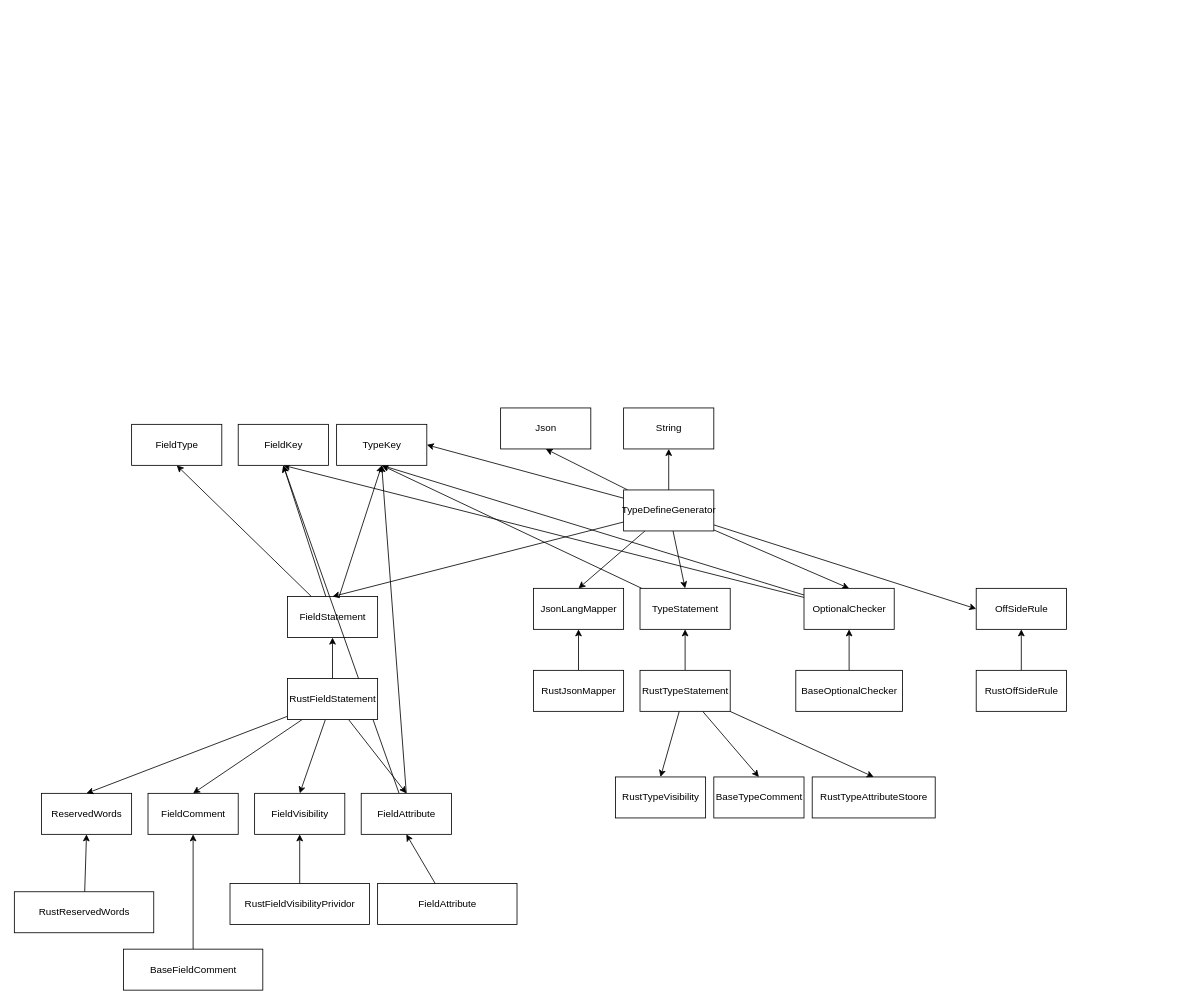
Earlier version of the draw.io diagram docs/v1_arc.dio (u-kai/type-gen). Source tidied: cells renumbered, new cells numbered last; positions are measured from the earlier drawing's top-left corner, leaving out a move shared by most shapes. Both pictures are drawn from the tidied source at 82%, with x=0, y=0 at pixel (14, 408).
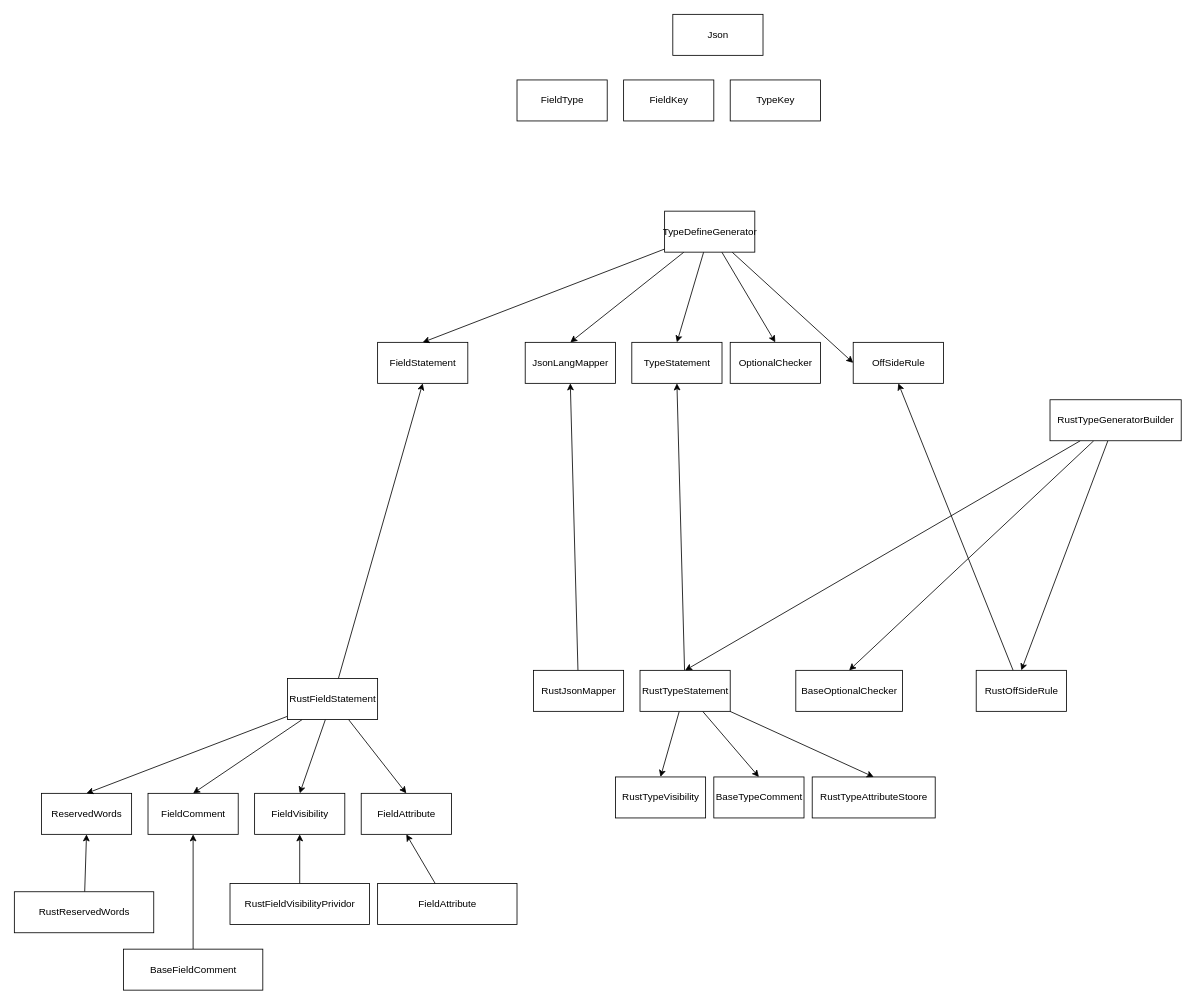
Above is the later version.

Commit message (it also covers changes not shown here):
add dio and save release v1

The change refers to these unchanged cells:
```xml
<mxCell id="8" value="FieldAttribute" style="html=1;" parent="1" vertex="1">
  <mxGeometry x="423" y="470" width="110" height="50" as="geometry" />
</mxCell>
<mxCell id="42" value="RustTypeStatement" style="html=1;" parent="1" vertex="1">
  <mxGeometry x="763" y="320" width="110" height="50" as="geometry" />
</mxCell>
<mxCell id="45" value="RustOffSideRule" style="html=1;" parent="1" vertex="1">
  <mxGeometry x="1173" y="320" width="110" height="50" as="geometry" />
</mxCell>
<mxCell id="47" value="BaseOptionalChecker" style="html=1;" parent="1" vertex="1">
  <mxGeometry x="953" y="320" width="130" height="50" as="geometry" />
</mxCell>
```

Change to the diagram source:
```diff
@@
-    <mxCell id="2" style="edgeStyle=none;html=1;entryX=0.5;entryY=1;entryDx=0;entryDy=0;" parent="1" edge="1" source="5" target="60">
-      <mxGeometry relative="1" as="geometry" />
-    </mxCell>
-    <mxCell id="3" style="edgeStyle=none;html=1;entryX=0.5;entryY=1;entryDx=0;entryDy=0;" parent="1" edge="1" source="5" target="58">
-      <mxGeometry relative="1" as="geometry" />
-    </mxCell>
-    <mxCell id="4" style="edgeStyle=none;html=1;entryX=0.5;entryY=1;entryDx=0;entryDy=0;" parent="1" edge="1" source="5" target="59">
-      <mxGeometry relative="1" as="geometry" />
-    </mxCell>
     <mxCell id="5" value="FieldStatement" style="html=1;" parent="1" vertex="1">
-      <mxGeometry x="333" y="230" width="110" height="50" as="geometry" />
+      <mxGeometry x="443" y="-80" width="110" height="50" as="geometry" />
     </mxCell>
-    <mxCell id="6" style="edgeStyle=none;html=1;entryX=0.5;entryY=1;entryDx=0;entryDy=0;exitX=0.5;exitY=0;exitDx=0;exitDy=0;" parent="1" edge="1" source="8" target="60">
-      <mxGeometry relative="1" as="geometry" />
-    </mxCell>
-    <mxCell id="7" style="edgeStyle=none;html=1;entryX=0.5;entryY=1;entryDx=0;entryDy=0;" parent="1" edge="1" source="8" target="58">
-      <mxGeometry relative="1" as="geometry" />
-    </mxCell>
@@
     <mxCell id="11" value="OffSideRule" style="html=1;" parent="1" vertex="1">
-      <mxGeometry x="1173" y="220" width="110" height="50" as="geometry" />
+      <mxGeometry x="1023" y="-80" width="110" height="50" as="geometry" />
     </mxCell>
-    <mxCell id="12" value="JsonLangMapper" style="html=1;" parent="1" vertex="1">
-      <mxGeometry x="633" y="220" width="110" height="50" as="geometry" />
-    </mxCell>
@@
-    <mxCell id="14" style="edgeStyle=none;html=1;entryX=0.5;entryY=1;entryDx=0;entryDy=0;" parent="1" edge="1" source="15" target="60">
-      <mxGeometry relative="1" as="geometry" />
-    </mxCell>
     <mxCell id="15" value="TypeStatement" style="html=1;" parent="1" vertex="1">
-      <mxGeometry x="763" y="220" width="110" height="50" as="geometry" />
+      <mxGeometry x="753" y="-80" width="110" height="50" as="geometry" />
     </mxCell>
@@
+    <mxCell id="20" style="edgeStyle=none;html=1;entryX=0.5;entryY=0;entryDx=0;entryDy=0;" parent="1" edge="1" source="26" target="29">
+      <mxGeometry relative="1" as="geometry" />
+    </mxCell>
+    <mxCell id="22" style="edgeStyle=none;html=1;entryX=0;entryY=0.5;entryDx=0;entryDy=0;" parent="1" edge="1" source="26" target="11">
+      <mxGeometry relative="1" as="geometry" />
+    </mxCell>
@@
-    <mxCell id="20" style="edgeStyle=none;html=1;entryX=0.5;entryY=0;entryDx=0;entryDy=0;" parent="1" edge="1" source="26" target="29">
-      <mxGeometry relative="1" as="geometry" />
-    </mxCell>
@@
-    <mxCell id="22" style="edgeStyle=none;html=1;entryX=0;entryY=0.5;entryDx=0;entryDy=0;" parent="1" edge="1" source="26" target="11">
-      <mxGeometry relative="1" as="geometry" />
-    </mxCell>
-    <mxCell id="23" style="edgeStyle=none;html=1;entryX=0.5;entryY=1;entryDx=0;entryDy=0;" parent="1" edge="1" source="26" target="56">
-      <mxGeometry relative="1" as="geometry" />
-    </mxCell>
-    <mxCell id="24" style="edgeStyle=none;html=1;entryX=0.5;entryY=1;entryDx=0;entryDy=0;" parent="1" edge="1" source="26" target="57">
-      <mxGeometry relative="1" as="geometry" />
-    </mxCell>
-    <mxCell id="25" style="edgeStyle=none;html=1;entryX=1;entryY=0.5;entryDx=0;entryDy=0;" parent="1" edge="1" source="26" target="60">
-      <mxGeometry relative="1" as="geometry" />
-    </mxCell>
     <mxCell id="26" value="TypeDefineGenerator" style="html=1;" parent="1" vertex="1">
-      <mxGeometry x="743" y="100" width="110" height="50" as="geometry" />
+      <mxGeometry x="793" y="-240" width="110" height="50" as="geometry" />
     </mxCell>
-    <mxCell id="27" style="edgeStyle=none;html=1;entryX=0.5;entryY=1;entryDx=0;entryDy=0;" parent="1" edge="1" source="29" target="60">
-      <mxGeometry relative="1" as="geometry" />
-    </mxCell>
-    <mxCell id="28" style="edgeStyle=none;html=1;entryX=0.5;entryY=1;entryDx=0;entryDy=0;" parent="1" edge="1" source="29" target="58">
-      <mxGeometry relative="1" as="geometry" />
-    </mxCell>
     <mxCell id="29" value="OptionalChecker" style="html=1;" parent="1" vertex="1">
-      <mxGeometry x="963" y="220" width="110" height="50" as="geometry" />
+      <mxGeometry x="873" y="-80" width="110" height="50" as="geometry" />
     </mxCell>
@@
-    <mxCell id="46" style="edgeStyle=none;html=1;entryX=0.5;entryY=1;entryDx=0;entryDy=0;" parent="1" edge="1" source="47" target="29">
-      <mxGeometry relative="1" as="geometry" />
-    </mxCell>
@@
-    <mxCell id="56" value="String" style="html=1;" parent="1" vertex="1">
-      <mxGeometry x="743" width="110" height="50" as="geometry" />
-    </mxCell>
     <mxCell id="57" value="Json" style="html=1;" parent="1" vertex="1">
-      <mxGeometry x="593" width="110" height="50" as="geometry" />
+      <mxGeometry x="803" y="-480" width="110" height="50" as="geometry" />
     </mxCell>
     <mxCell id="58" value="FieldKey" style="html=1;" parent="1" vertex="1">
-      <mxGeometry x="273" y="20" width="110" height="50" as="geometry" />
+      <mxGeometry x="743" y="-400" width="110" height="50" as="geometry" />
     </mxCell>
     <mxCell id="59" value="FieldType" style="html=1;" parent="1" vertex="1">
-      <mxGeometry x="143" y="20" width="110" height="50" as="geometry" />
+      <mxGeometry x="613" y="-400" width="110" height="50" as="geometry" />
     </mxCell>
     <mxCell id="60" value="TypeKey" style="html=1;" parent="1" vertex="1">
-      <mxGeometry x="393" y="20" width="110" height="50" as="geometry" />
+      <mxGeometry x="873" y="-400" width="110" height="50" as="geometry" />
     </mxCell>
+    <mxCell id="61" style="edgeStyle=none;html=1;entryX=0.5;entryY=0;entryDx=0;entryDy=0;" parent="1" edge="1" source="64" target="45">
+      <mxGeometry relative="1" as="geometry" />
+    </mxCell>
+    <mxCell id="62" style="edgeStyle=none;html=1;entryX=0.5;entryY=0;entryDx=0;entryDy=0;" parent="1" edge="1" source="64" target="47">
+      <mxGeometry relative="1" as="geometry" />
+    </mxCell>
+    <mxCell id="63" style="edgeStyle=none;html=1;entryX=0.5;entryY=0;entryDx=0;entryDy=0;" parent="1" edge="1" source="64" target="42">
+      <mxGeometry relative="1" as="geometry" />
+    </mxCell>
+    <mxCell id="64" value="RustTypeGeneratorBuilder" style="html=1;" parent="1" vertex="1">
+      <mxGeometry x="1263" y="-10" width="160" height="50" as="geometry" />
+    </mxCell>
+    <mxCell id="12" value="JsonLangMapper" style="html=1;" parent="1" vertex="1">
+      <mxGeometry x="623" y="-80" width="110" height="50" as="geometry" />
+    </mxCell>
```
